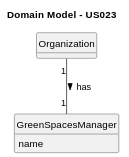
The PlantUML diagram docs/sprintA&B&C/us023/02.analysis/svg/us023-domain-model.svg in daniel41silva05/ISEP_2023_2024_LAPR2, before a commit. The source it was exported from:
```plantuml
@startuml
skinparam monochrome true
skinparam packageStyle rectangle
skinparam shadowing false

skinparam classAttributeIconSize 0

hide circle
hide methods

title Domain Model - US023

class Organization {
}

class GreenSpacesManager {
    name
}

Organization "1" -- "1" GreenSpacesManager : has >
@enduml
```
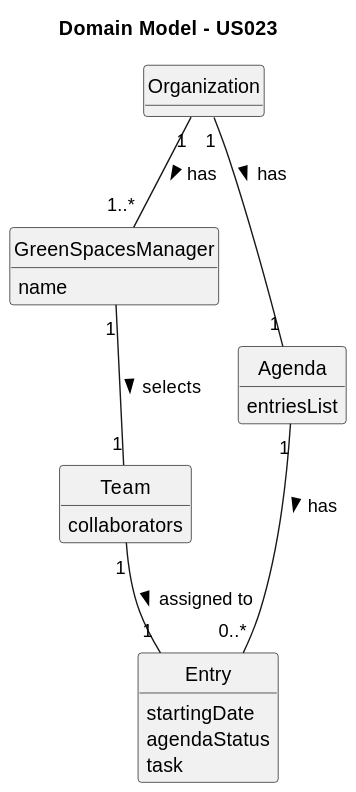
The same file after the commit.

Commit message:
US23 - Class Diagram and Domain Model #11

Change to the diagram source:
```diff
@@ -17,5 +17,23 @@
     name
 }
 
-Organization "1" -- "1" GreenSpacesManager : has >
+class Agenda {
+    entriesList
+}
+
+class Entry {
+    startingDate
+    agendaStatus
+    task
+}
+
+class Team {
+    collaborators
+}
+
+Organization "1" -- "1..*" GreenSpacesManager : has >
+Organization "1" -- "1" Agenda : has >
+GreenSpacesManager "1" -- "1" Team : selects  >
+Agenda "1" -- "0..*" Entry : has >
+Team "1" -- "1" Entry : assigned to >
 @enduml
```
